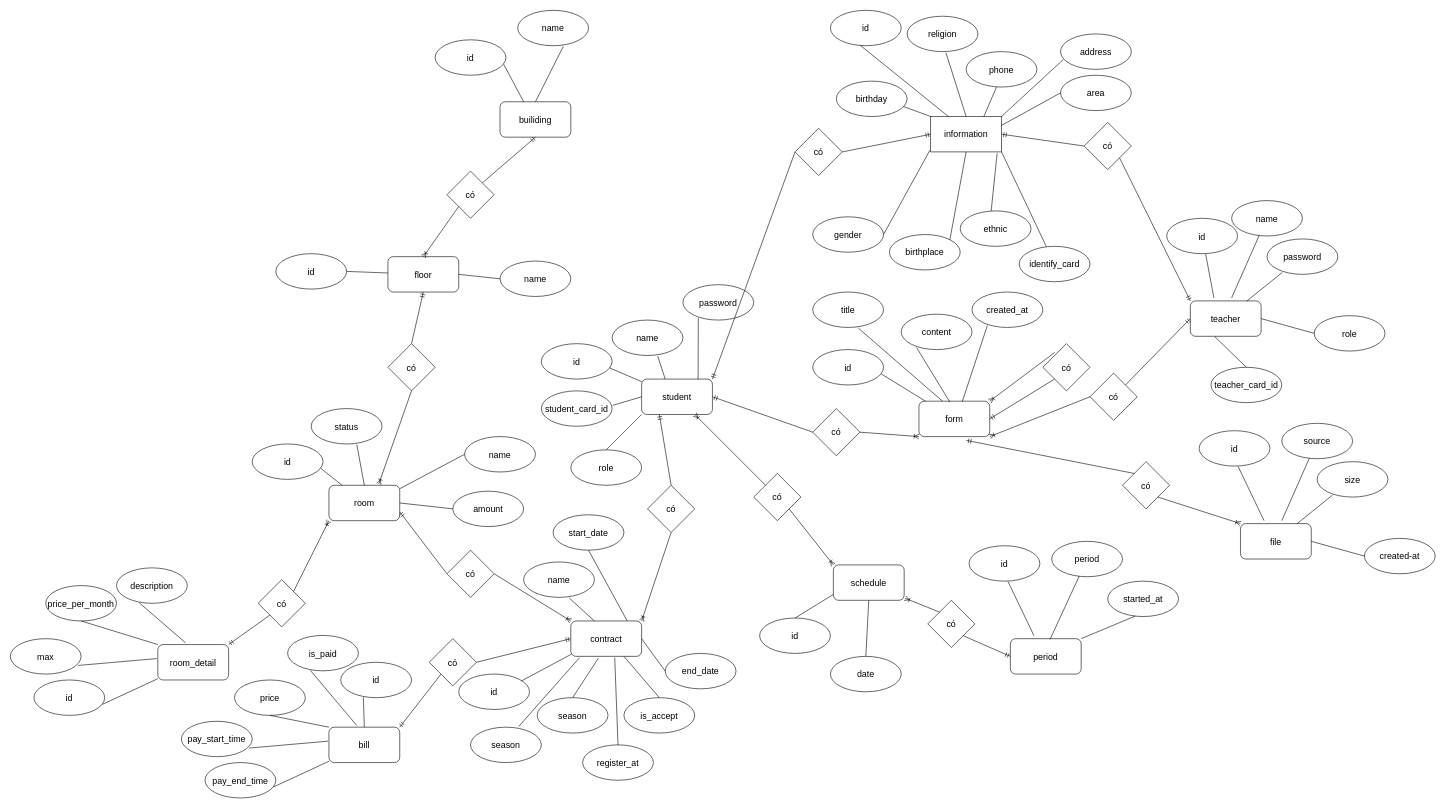
Above: Document/mo_hinh_thuc_the_ket_hop.drawio in maoleng/bao-cao-sql (draw.io), before the change. Source tidied: cells renumbered, new cells numbered last; positions are measured from the earlier drawing's top-left corner, leaving out a move shared by most shapes. Both pictures are drawn from the tidied source at 59%, with x=0, y=0 at pixel (10, 10).
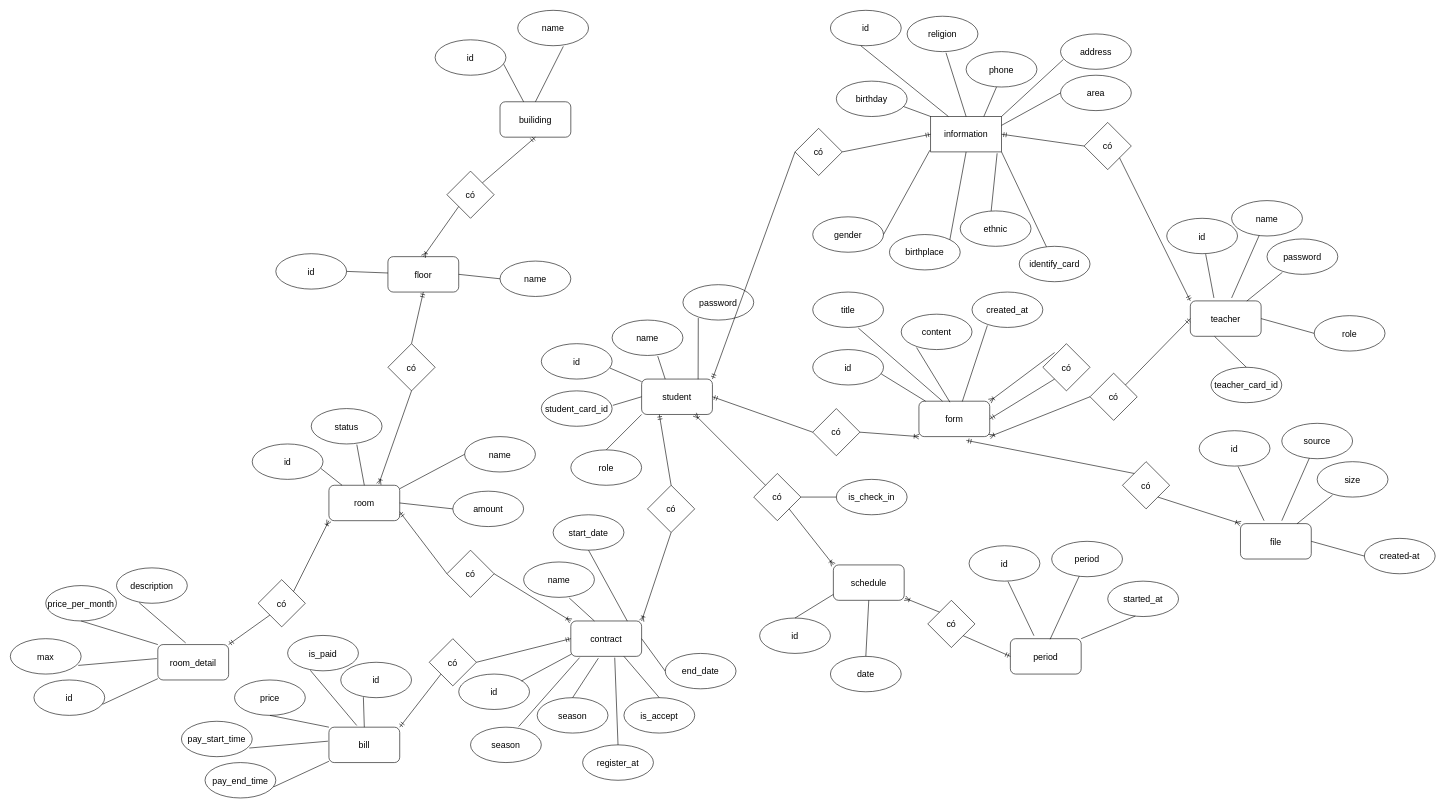
After the change.

Commit message (it also covers changes not shown here):
Cập nhật mo_hinh_thuc_the_ket_hop.drawio

The change refers to these unchanged cells:
```xml
<mxCell id="170" value="có" style="rhombus;whiteSpace=wrap;html=1;fontSize=15;" parent="1" vertex="1">
  <mxGeometry x="1260" y="785" width="80" height="80" as="geometry" />
</mxCell>
```

What changed in the source:
```diff
@@
+    <mxCell id="173" value="is_check_in" style="ellipse;whiteSpace=wrap;html=1;fontSize=15;" parent="1" vertex="1">
+      <mxGeometry x="1400" y="795" width="120" height="60" as="geometry" />
+    </mxCell>
+    <mxCell id="174" style="endArrow=none;html=1;rounded=0;fontSize=15;entryX=1;entryY=0.5;entryDx=0;entryDy=0;exitX=0;exitY=0.5;exitDx=0;exitDy=0;" parent="1" edge="1" source="173" target="170">
+      <mxGeometry relative="1" as="geometry" />
+    </mxCell>
```
